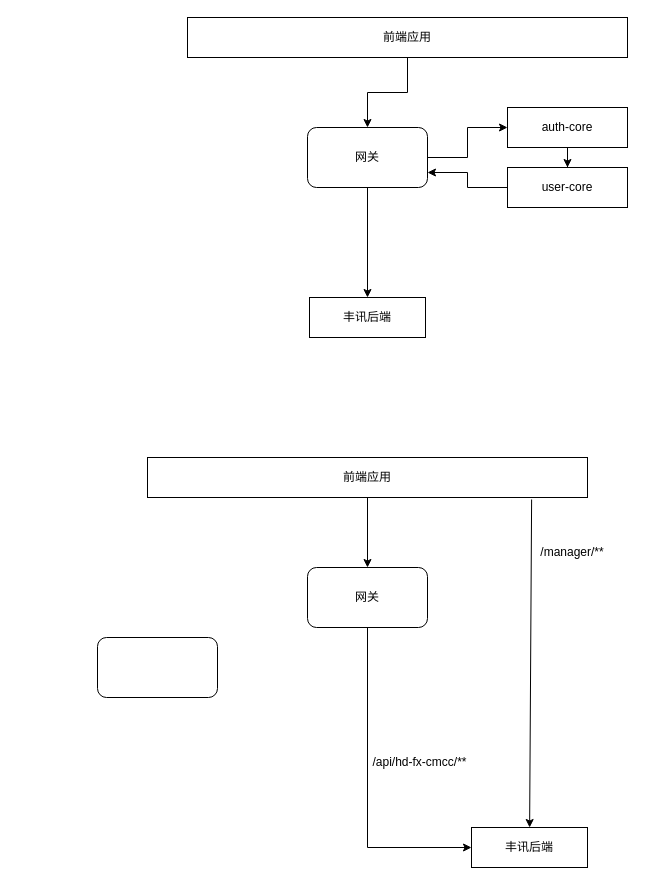
Above: 服务迁移.drawio in vvhard/draw_io (draw.io), before the change. Source tidied: cells renumbered, new cells numbered last; positions are measured from the earlier drawing's top-left corner, leaving out a move shared by most shapes. Both pictures are drawn from the tidied source at 100%, with x=0, y=0 at pixel (97, 17).
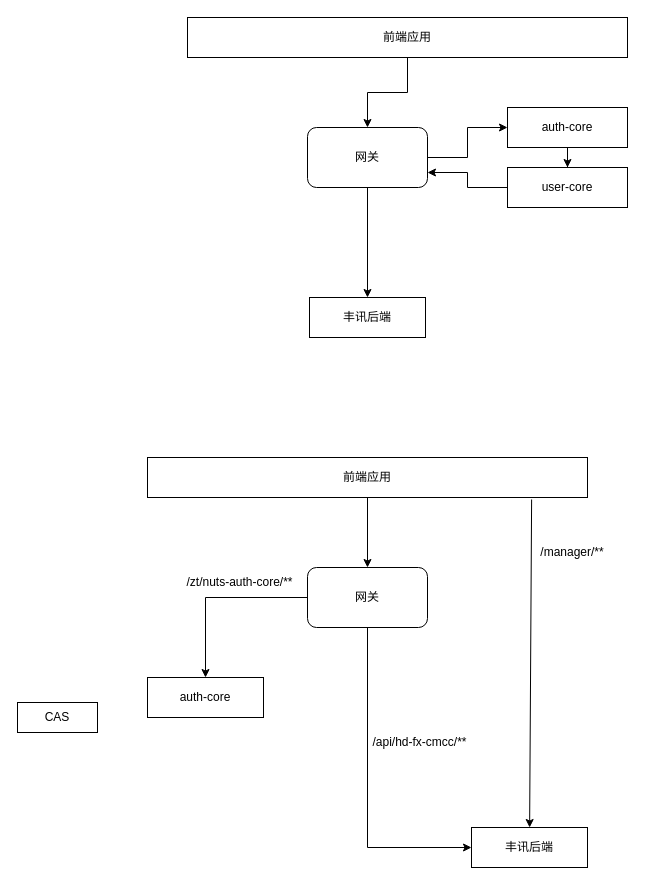
The same page after the edit.

The change refers to these unchanged cells:
```xml
<mxCell id="15" value="网关" style="rounded=1;whiteSpace=wrap;html=1;" parent="1" vertex="1">
  <mxGeometry x="210" y="550" width="120" height="60" as="geometry" />
</mxCell>
```

Change to the diagram source:
```diff
@@
+    <mxCell id="21" style="edgeStyle=orthogonalEdgeStyle;rounded=0;jettySize=auto;html=1;entryX=0.5;entryY=0;entryDx=0;entryDy=0;" parent="1" edge="1" source="15" target="22">
+      <mxGeometry relative="1" as="geometry" />
+    </mxCell>
@@
-    <mxCell id="16" style="rounded=1;whiteSpace=wrap;html=1;" parent="1" vertex="1">
-      <mxGeometry y="620" width="120" height="60" as="geometry" />
-    </mxCell>
@@
     <mxCell id="20" value="/api/hd-fx-cmcc/**" style="text;html=1;strokeColor=none;fillColor=none;align=center;verticalAlign=middle;whiteSpace=wrap;rounded=0;" parent="1" vertex="1">
-      <mxGeometry x="260" y="730" width="125" height="30" as="geometry" />
+      <mxGeometry x="260" y="710" width="125" height="30" as="geometry" />
     </mxCell>
+    <mxCell id="22" value="auth-core" style="rounded=0;whiteSpace=wrap;html=1;" parent="1" vertex="1">
+      <mxGeometry x="50" y="660" width="116" height="40" as="geometry" />
+    </mxCell>
+    <mxCell id="23" value="/zt/nuts-auth-core/**" style="text;html=1;strokeColor=none;fillColor=none;align=center;verticalAlign=middle;whiteSpace=wrap;rounded=0;" parent="1" vertex="1">
+      <mxGeometry x="80" y="550" width="125" height="30" as="geometry" />
+    </mxCell>
+    <mxCell id="24" value="CAS" style="rounded=0;whiteSpace=wrap;html=1;" parent="1" vertex="1">
+      <mxGeometry x="-80" y="685" width="80" height="30" as="geometry" />
+    </mxCell>
```
